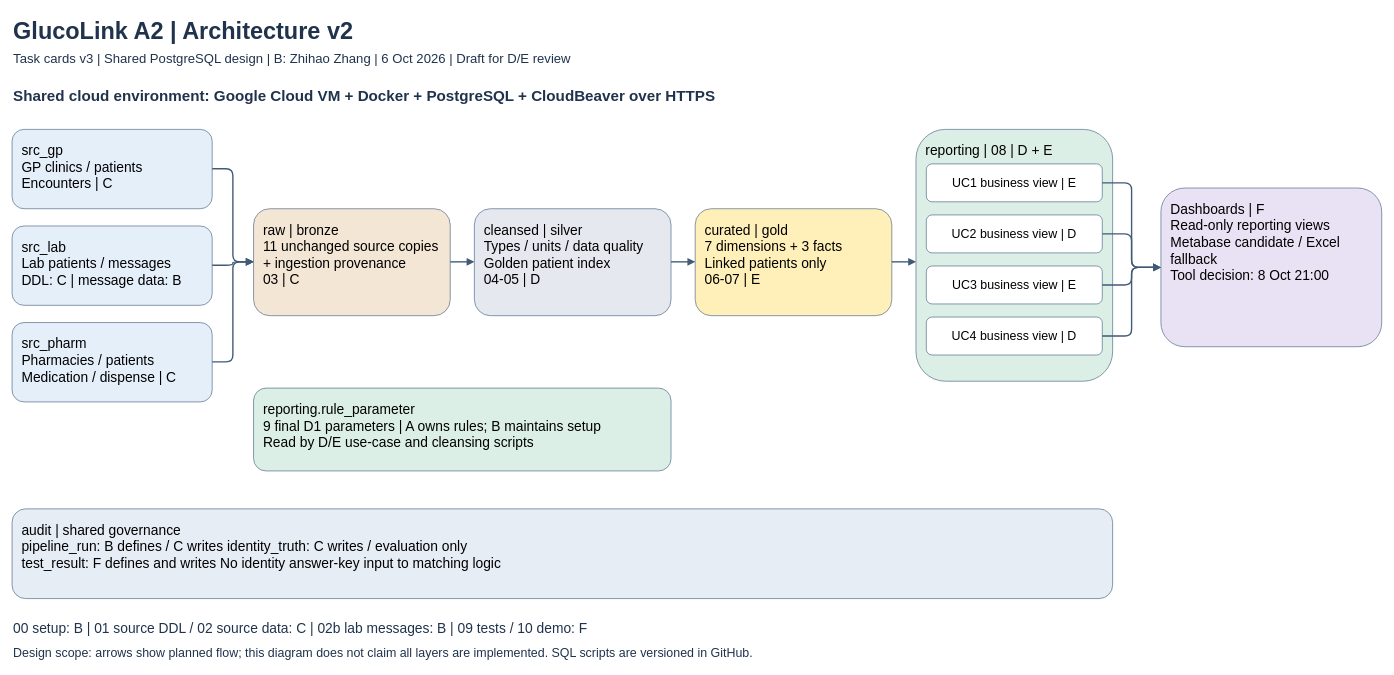
Above: docs/architecture_v2.drawio in LyphardRover/glucolink-a2 (draw.io), before the change. Source tidied: cells renumbered, new cells numbered last; positions are measured from the earlier drawing's top-left corner, leaving out a move shared by most shapes. Both pictures are drawn from the tidied source at 69%, with x=0, y=0 at pixel (12, 12).
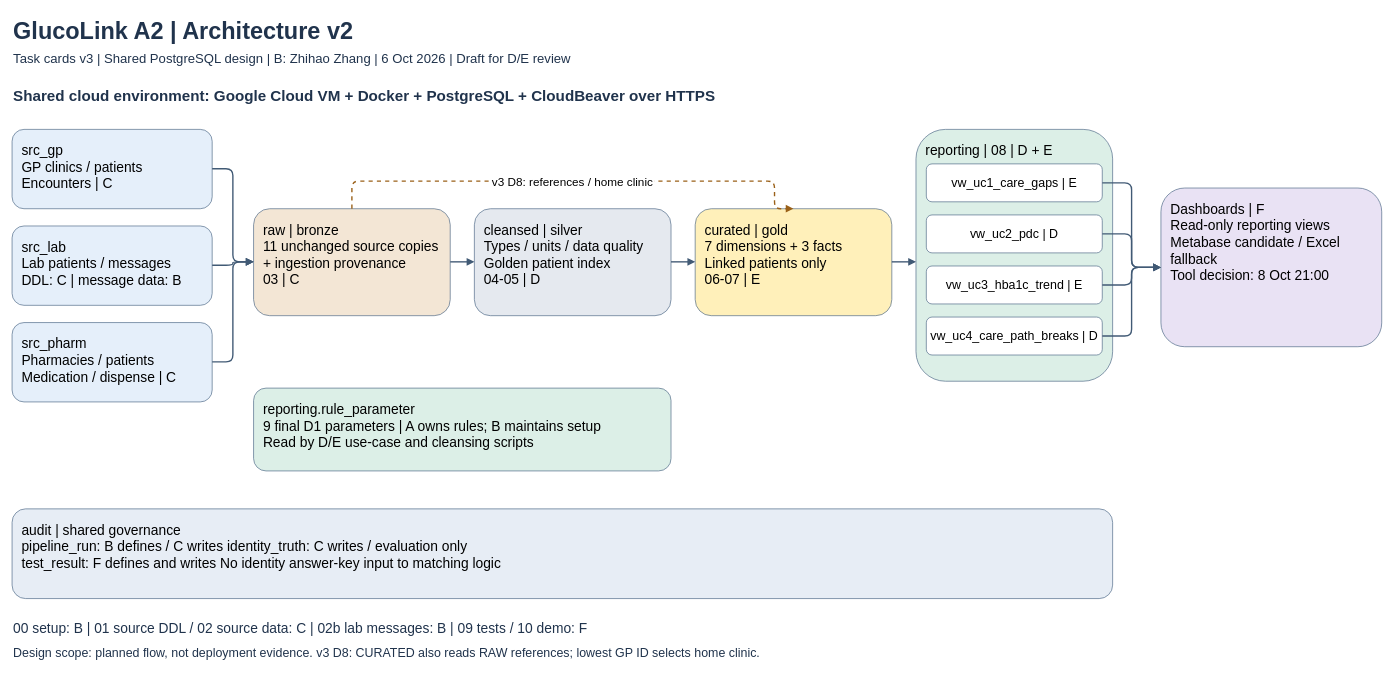
The same diagram, later.

Commit message:
docs(B): show RAW reference path and exact reporting views

Updated the architecture diagram to version 2, reflecting changes in design and structure.

Unchanged cells that the change refers to:
```xml
<mxCell id="8" value="raw | bronze&#10;11 unchanged source copies&#10;+ ingestion provenance&#10;03 | C" style="rounded=1;whiteSpace=wrap;html=0;align=left;verticalAlign=top;spacing=14;fontSize=20;fillColor=#f3e6d5;strokeColor=#526c89;" parent="1" vertex="1">
  <mxGeometry x="350" y="285" width="285" height="155" as="geometry" />
</mxCell>
<mxCell id="10" value="curated | gold&#10;7 dimensions + 3 facts&#10;Linked patients only&#10;06-07 | E" style="rounded=1;whiteSpace=wrap;html=0;align=left;verticalAlign=top;spacing=14;fontSize=20;fillColor=#fff0ba;strokeColor=#526c89;" parent="1" vertex="1">
  <mxGeometry x="990" y="285" width="285" height="155" as="geometry" />
</mxCell>
```

What changed in the source:
```diff
@@
-    <mxCell id="22" value="Design scope: arrows show planned flow; this diagram does not claim all layers are implemented. SQL scripts are versioned in GitHub." style="text;html=0;align=left;verticalAlign=top;fontSize=18;fontStyle=0;fontColor=#20334c;" parent="1" vertex="1">
+    <mxCell id="22" value="Design scope: planned flow, not deployment evidence. v3 D8: CURATED also reads RAW references; lowest GP ID selects home clinic." style="text;html=0;align=left;verticalAlign=top;fontSize=18;fontStyle=0;fontColor=#20334c;" parent="1" vertex="1">
       <mxGeometry y="911" width="1815" height="33" as="geometry" />
     </mxCell>
-    <mxCell id="23" value="UC1 business view | E" style="rounded=1;whiteSpace=wrap;html=0;fontSize=18;fillColor=#ffffff;strokeColor=#526c89;" parent="1" vertex="1">
+    <mxCell id="23" value="vw_uc1_care_gaps | E" style="rounded=1;whiteSpace=wrap;html=0;fontSize=18;fillColor=#ffffff;strokeColor=#526c89;" parent="1" vertex="1">
       <mxGeometry x="1325" y="220" width="255" height="55" as="geometry" />
     </mxCell>
@@
-    <mxCell id="25" value="UC2 business view | D" style="rounded=1;whiteSpace=wrap;html=0;fontSize=18;fillColor=#ffffff;strokeColor=#526c89;" parent="1" vertex="1">
+    <mxCell id="25" value="vw_uc2_pdc | D" style="rounded=1;whiteSpace=wrap;html=0;fontSize=18;fillColor=#ffffff;strokeColor=#526c89;" parent="1" vertex="1">
       <mxGeometry x="1325" y="294" width="255" height="55" as="geometry" />
     </mxCell>
@@
-    <mxCell id="27" value="UC3 business view | E" style="rounded=1;whiteSpace=wrap;html=0;fontSize=18;fillColor=#ffffff;strokeColor=#526c89;" parent="1" vertex="1">
+    <mxCell id="27" value="vw_uc3_hba1c_trend | E" style="rounded=1;whiteSpace=wrap;html=0;fontSize=18;fillColor=#ffffff;strokeColor=#526c89;" parent="1" vertex="1">
       <mxGeometry x="1325" y="368" width="255" height="55" as="geometry" />
     </mxCell>
@@
-    <mxCell id="29" value="UC4 business view | D" style="rounded=1;whiteSpace=wrap;html=0;fontSize=18;fillColor=#ffffff;strokeColor=#526c89;" parent="1" vertex="1">
+    <mxCell id="29" value="vw_uc4_care_path_breaks | D" style="rounded=1;whiteSpace=wrap;html=0;fontSize=18;fillColor=#ffffff;strokeColor=#526c89;" parent="1" vertex="1">
       <mxGeometry x="1325" y="442" width="255" height="55" as="geometry" />
     </mxCell>
@@
+    <mxCell id="31" value="v3 D8: references / home clinic" style="edgeStyle=orthogonalEdgeStyle;exitX=0.5;exitY=0;entryX=0.5;entryY=0;endArrow=block;dashed=1;strokeColor=#9a6018;strokeWidth=2;fontSize=17;labelBackgroundColor=#ffffff;" parent="1" edge="1" source="8" target="10">
+      <mxGeometry relative="1" as="geometry">
+        <Array as="points">
+          <mxPoint x="492" y="245" />
+          <mxPoint x="1105" y="245" />
+        </Array>
+      </mxGeometry>
+    </mxCell>
```
